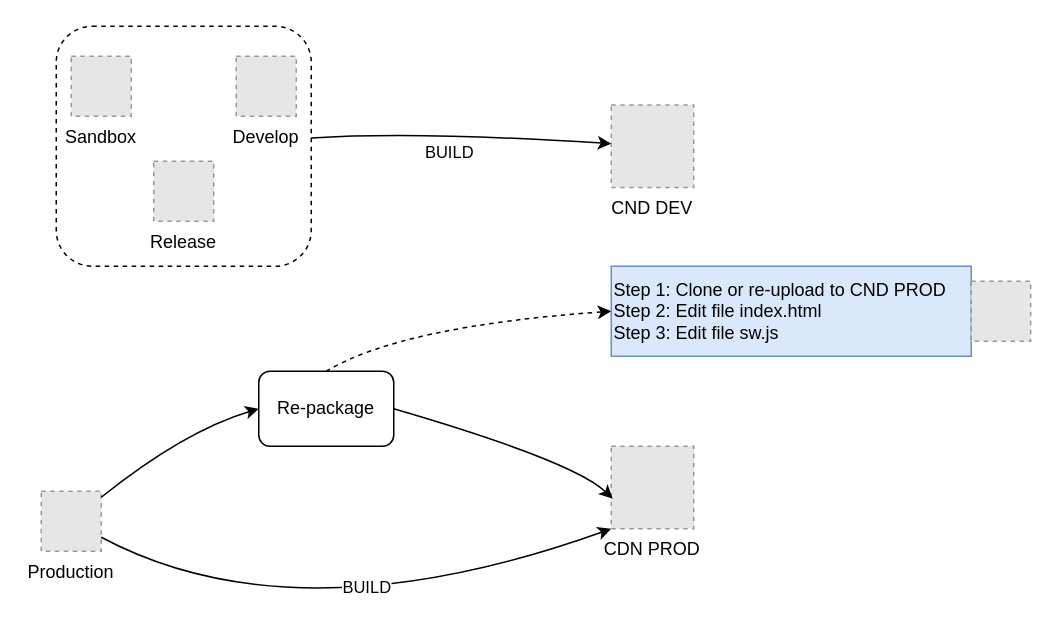
This is cdn-kv-man-app.drawio from khinhvuphiduong/diagrams.net, a draw.io file, before an edit. Source tidied: cells renumbered, new cells numbered last; positions are measured from the earlier drawing's top-left corner, leaving out a move shared by most shapes. Both pictures are drawn from the tidied source at 150%, with x=0, y=0 at pixel (40, 26). Pictures stored in the file or linked from it are replaced by grey dashed boxes.
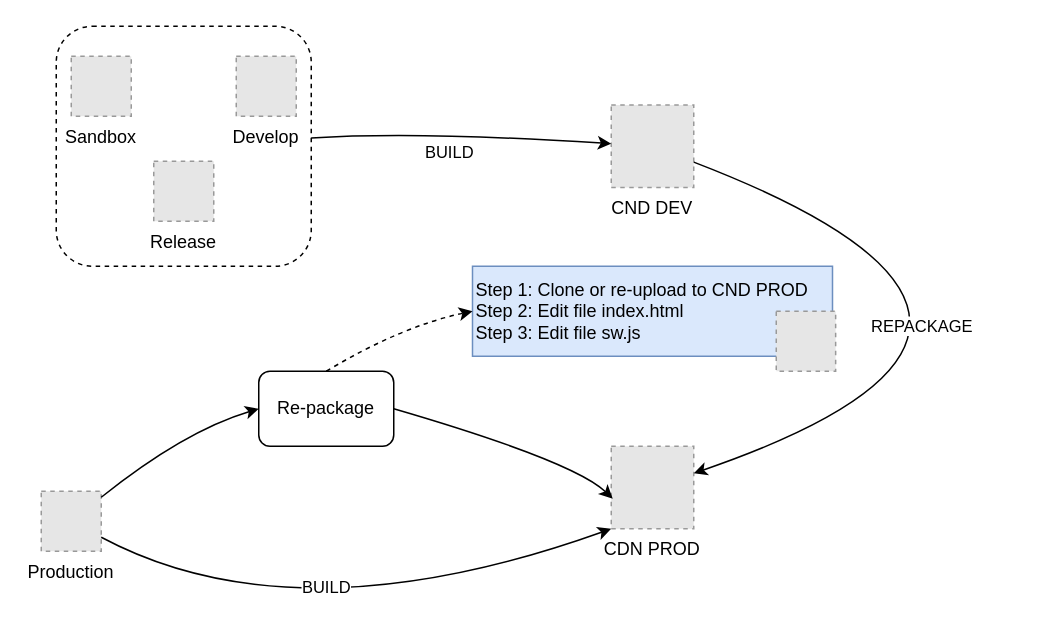
Above is the later version.

Unchanged cells that the change refers to:
```xml
<mxCell id="6" value="CND DEV" style="fillColor=#E6E6E6;strokeColor=#999999;dashed=1;verticalLabelPosition=bottom;labelBackgroundColor=default;verticalAlign=top;" parent="1" vertex="1">
  <mxGeometry x="380" y="52.5" width="55" height="55" as="geometry" />
</mxCell>
<mxCell id="7" value="CDN PROD" style="fillColor=#E6E6E6;strokeColor=#999999;dashed=1;verticalLabelPosition=bottom;labelBackgroundColor=default;verticalAlign=top;" parent="1" vertex="1">
  <mxGeometry x="380" y="280" width="55" height="55" as="geometry" />
</mxCell>
<mxCell id="14" style="curved=1;endArrow=classic;html=1;rounded=0;entryX=0;entryY=1;entryDx=0;entryDy=0;" parent="1" edge="1" source="10" target="7">
  <mxGeometry relative="1" as="geometry">
    <Array as="points">
      <mxPoint x="170" y="410" />
    </Array>
  </mxGeometry>
</mxCell>
```

Change to the diagram source:
```diff
@@
     <mxCell id="15" value="BUILD" style="edgeLabel;html=1;align=center;verticalAlign=middle;" parent="14" vertex="1">
-      <mxGeometry x="0.1" y="19" relative="1" as="geometry" />
+      <mxGeometry x="0.1" y="19" relative="1" as="geometry">
+        <mxPoint x="-27" as="offset" />
+      </mxGeometry>
     </mxCell>
     <mxCell id="16" value="Step 1: Clone or re-upload to CND PROD&lt;br&gt;Step 2: Edit file index.html&lt;br&gt;Step 3: Edit file sw.js" style="text;html=1;align=left;verticalAlign=middle;whiteSpace=wrap;rounded=0;fillColor=#dae8fc;strokeColor=#6c8ebf;" parent="1" vertex="1">
-      <mxGeometry x="380" y="160" width="240" height="60" as="geometry" />
+      <mxGeometry x="287.5" y="160" width="240" height="60" as="geometry" />
     </mxCell>
@@
     <mxCell id="18" style="fillColor=#E6E6E6;strokeColor=#999999;dashed=1;verticalLabelPosition=bottom;labelBackgroundColor=default;verticalAlign=top;" parent="1" vertex="1">
-      <mxGeometry x="620" y="170" width="39.6" height="40" as="geometry" />
+      <mxGeometry x="490" y="190" width="39.6" height="40" as="geometry" />
     </mxCell>
+    <mxCell id="19" style="curved=1;endArrow=classic;html=1;rounded=0;" parent="1" edge="1" source="6" target="7">
+      <mxGeometry relative="1" as="geometry">
+        <Array as="points">
+          <mxPoint x="720" y="200" />
+        </Array>
+      </mxGeometry>
+    </mxCell>
+    <mxCell id="20" value="REPACKAGE" style="edgeLabel;html=1;align=center;verticalAlign=middle;" parent="19" vertex="1">
+      <mxGeometry x="0.42" y="-44" relative="1" as="geometry" />
+    </mxCell>
```
